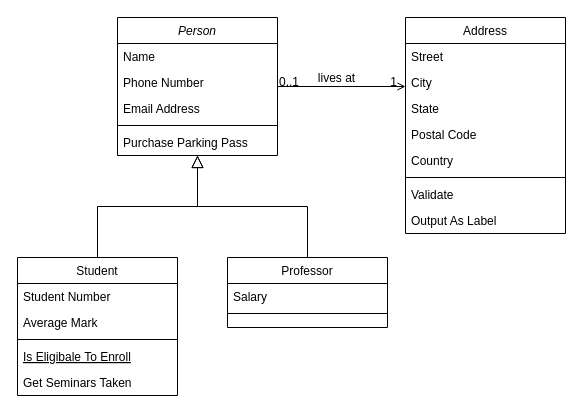
The draw.io diagram Untitled Diagram.drawio in cnthinkcode/UML, before the edit. Source tidied: cells renumbered, new cells numbered last; positions are measured from the earlier drawing's top-left corner, leaving out a move shared by most shapes. Both pictures are drawn from the tidied source at 100%, with x=0, y=0 at pixel (17, 17).
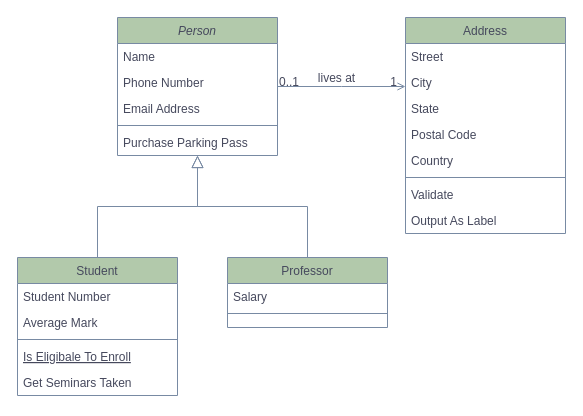
Above is the later version.

Change to the diagram source:
```diff
@@
-    <mxCell id="2" value="Person" style="swimlane;fontStyle=2;align=center;verticalAlign=top;horizontal=1;startSize=26;rounded=0;shadow=0;strokeWidth=1;" parent="1" vertex="1">
+    <mxCell id="2" value="Person" style="swimlane;fontStyle=2;align=center;verticalAlign=top;horizontal=1;startSize=26;rounded=0;shadow=0;strokeWidth=1;fillColor=#B2C9AB;strokeColor=#788AA3;fontColor=#46495D;" parent="1" vertex="1">
       <mxGeometry x="100" width="160" height="138" as="geometry" />
     </mxCell>
-    <mxCell id="3" value="Name" style="text;align=left;verticalAlign=top;spacingLeft=4;spacingRight=4;overflow=hidden;" parent="2" vertex="1">
+    <mxCell id="3" value="Name" style="text;align=left;verticalAlign=top;spacingLeft=4;spacingRight=4;overflow=hidden;fontColor=#46495D;" parent="2" vertex="1">
       <mxGeometry y="26" width="160" height="26" as="geometry" />
     </mxCell>
-    <mxCell id="4" value="Phone Number" style="text;align=left;verticalAlign=top;spacingLeft=4;spacingRight=4;overflow=hidden;rounded=0;shadow=0;html=0;" parent="2" vertex="1">
+    <mxCell id="4" value="Phone Number" style="text;align=left;verticalAlign=top;spacingLeft=4;spacingRight=4;overflow=hidden;rounded=0;shadow=0;html=0;fontColor=#46495D;" parent="2" vertex="1">
       <mxGeometry y="52" width="160" height="26" as="geometry" />
     </mxCell>
-    <mxCell id="5" value="Email Address" style="text;align=left;verticalAlign=top;spacingLeft=4;spacingRight=4;overflow=hidden;rounded=0;shadow=0;html=0;" parent="2" vertex="1">
+    <mxCell id="5" value="Email Address" style="text;align=left;verticalAlign=top;spacingLeft=4;spacingRight=4;overflow=hidden;rounded=0;shadow=0;html=0;fontColor=#46495D;" parent="2" vertex="1">
       <mxGeometry y="78" width="160" height="26" as="geometry" />
     </mxCell>
-    <mxCell id="6" style="line;html=1;strokeWidth=1;align=left;verticalAlign=middle;spacingTop=-1;spacingLeft=3;spacingRight=3;labelPosition=right;" parent="2" vertex="1">
+    <mxCell id="6" style="line;html=1;strokeWidth=1;align=left;verticalAlign=middle;spacingTop=-1;spacingLeft=3;spacingRight=3;labelPosition=right;fillColor=#B2C9AB;strokeColor=#788AA3;fontColor=#46495D;" parent="2" vertex="1">
       <mxGeometry y="104" width="160" height="8" as="geometry" />
     </mxCell>
-    <mxCell id="7" value="Purchase Parking Pass" style="text;align=left;verticalAlign=top;spacingLeft=4;spacingRight=4;overflow=hidden;" parent="2" vertex="1">
+    <mxCell id="7" value="Purchase Parking Pass" style="text;align=left;verticalAlign=top;spacingLeft=4;spacingRight=4;overflow=hidden;fontColor=#46495D;" parent="2" vertex="1">
       <mxGeometry y="112" width="160" height="26" as="geometry" />
     </mxCell>
-    <mxCell id="8" value="Student" style="swimlane;fontStyle=0;align=center;verticalAlign=top;horizontal=1;startSize=26;rounded=0;shadow=0;strokeWidth=1;" parent="1" vertex="1">
+    <mxCell id="8" value="Student" style="swimlane;fontStyle=0;align=center;verticalAlign=top;horizontal=1;startSize=26;rounded=0;shadow=0;strokeWidth=1;fillColor=#B2C9AB;strokeColor=#788AA3;fontColor=#46495D;" parent="1" vertex="1">
       <mxGeometry y="240" width="160" height="138" as="geometry" />
     </mxCell>
-    <mxCell id="9" value="Student Number" style="text;align=left;verticalAlign=top;spacingLeft=4;spacingRight=4;overflow=hidden;" parent="8" vertex="1">
+    <mxCell id="9" value="Student Number" style="text;align=left;verticalAlign=top;spacingLeft=4;spacingRight=4;overflow=hidden;fontColor=#46495D;" parent="8" vertex="1">
       <mxGeometry y="26" width="160" height="26" as="geometry" />
     </mxCell>
-    <mxCell id="10" value="Average Mark" style="text;align=left;verticalAlign=top;spacingLeft=4;spacingRight=4;overflow=hidden;rounded=0;shadow=0;html=0;" parent="8" vertex="1">
+    <mxCell id="10" value="Average Mark" style="text;align=left;verticalAlign=top;spacingLeft=4;spacingRight=4;overflow=hidden;rounded=0;shadow=0;html=0;fontColor=#46495D;" parent="8" vertex="1">
       <mxGeometry y="52" width="160" height="26" as="geometry" />
     </mxCell>
-    <mxCell id="11" style="line;html=1;strokeWidth=1;align=left;verticalAlign=middle;spacingTop=-1;spacingLeft=3;spacingRight=3;labelPosition=right;" parent="8" vertex="1">
+    <mxCell id="11" style="line;html=1;strokeWidth=1;align=left;verticalAlign=middle;spacingTop=-1;spacingLeft=3;spacingRight=3;labelPosition=right;fillColor=#B2C9AB;strokeColor=#788AA3;fontColor=#46495D;" parent="8" vertex="1">
       <mxGeometry y="78" width="160" height="8" as="geometry" />
     </mxCell>
-    <mxCell id="12" value="Is Eligibale To Enroll" style="text;align=left;verticalAlign=top;spacingLeft=4;spacingRight=4;overflow=hidden;fontStyle=4;" parent="8" vertex="1">
+    <mxCell id="12" value="Is Eligibale To Enroll" style="text;align=left;verticalAlign=top;spacingLeft=4;spacingRight=4;overflow=hidden;fontStyle=4;fontColor=#46495D;" parent="8" vertex="1">
       <mxGeometry y="86" width="160" height="26" as="geometry" />
     </mxCell>
-    <mxCell id="13" value="Get Seminars Taken" style="text;align=left;verticalAlign=top;spacingLeft=4;spacingRight=4;overflow=hidden;" parent="8" vertex="1">
+    <mxCell id="13" value="Get Seminars Taken" style="text;align=left;verticalAlign=top;spacingLeft=4;spacingRight=4;overflow=hidden;fontColor=#46495D;" parent="8" vertex="1">
       <mxGeometry y="112" width="160" height="26" as="geometry" />
     </mxCell>
-    <mxCell id="14" style="endArrow=block;endSize=10;endFill=0;shadow=0;strokeWidth=1;rounded=0;edgeStyle=elbowEdgeStyle;elbow=vertical;" parent="1" edge="1" source="8" target="2">
+    <mxCell id="14" style="endArrow=block;endSize=10;endFill=0;shadow=0;strokeWidth=1;rounded=0;edgeStyle=elbowEdgeStyle;elbow=vertical;strokeColor=#788AA3;fontColor=#46495D;" parent="1" edge="1" source="8" target="2">
       <mxGeometry relative="1" as="geometry" />
     </mxCell>
-    <mxCell id="15" value="Professor" style="swimlane;fontStyle=0;align=center;verticalAlign=top;horizontal=1;startSize=26;rounded=0;shadow=0;strokeWidth=1;" parent="1" vertex="1">
+    <mxCell id="15" value="Professor" style="swimlane;fontStyle=0;align=center;verticalAlign=top;horizontal=1;startSize=26;rounded=0;shadow=0;strokeWidth=1;fillColor=#B2C9AB;strokeColor=#788AA3;fontColor=#46495D;" parent="1" vertex="1">
       <mxGeometry x="210" y="240" width="160" height="70" as="geometry" />
     </mxCell>
-    <mxCell id="16" value="Salary" style="text;align=left;verticalAlign=top;spacingLeft=4;spacingRight=4;overflow=hidden;" parent="15" vertex="1">
+    <mxCell id="16" value="Salary" style="text;align=left;verticalAlign=top;spacingLeft=4;spacingRight=4;overflow=hidden;fontColor=#46495D;" parent="15" vertex="1">
       <mxGeometry y="26" width="160" height="26" as="geometry" />
     </mxCell>
-    <mxCell id="17" style="line;html=1;strokeWidth=1;align=left;verticalAlign=middle;spacingTop=-1;spacingLeft=3;spacingRight=3;labelPosition=right;" parent="15" vertex="1">
+    <mxCell id="17" style="line;html=1;strokeWidth=1;align=left;verticalAlign=middle;spacingTop=-1;spacingLeft=3;spacingRight=3;labelPosition=right;fillColor=#B2C9AB;strokeColor=#788AA3;fontColor=#46495D;" parent="15" vertex="1">
       <mxGeometry y="52" width="160" height="8" as="geometry" />
     </mxCell>
-    <mxCell id="18" style="endArrow=block;endSize=10;endFill=0;shadow=0;strokeWidth=1;rounded=0;edgeStyle=elbowEdgeStyle;elbow=vertical;" parent="1" edge="1" source="15" target="2">
+    <mxCell id="18" style="endArrow=block;endSize=10;endFill=0;shadow=0;strokeWidth=1;rounded=0;edgeStyle=elbowEdgeStyle;elbow=vertical;strokeColor=#788AA3;fontColor=#46495D;" parent="1" edge="1" source="15" target="2">
       <mxGeometry relative="1" as="geometry" />
     </mxCell>
-    <mxCell id="19" value="Address" style="swimlane;fontStyle=0;align=center;verticalAlign=top;horizontal=1;startSize=26;rounded=0;shadow=0;strokeWidth=1;" parent="1" vertex="1">
+    <mxCell id="19" value="Address" style="swimlane;fontStyle=0;align=center;verticalAlign=top;horizontal=1;startSize=26;rounded=0;shadow=0;strokeWidth=1;fillColor=#B2C9AB;strokeColor=#788AA3;fontColor=#46495D;" parent="1" vertex="1">
       <mxGeometry x="388" width="160" height="216" as="geometry" />
     </mxCell>
-    <mxCell id="20" value="Street" style="text;align=left;verticalAlign=top;spacingLeft=4;spacingRight=4;overflow=hidden;" parent="19" vertex="1">
+    <mxCell id="20" value="Street" style="text;align=left;verticalAlign=top;spacingLeft=4;spacingRight=4;overflow=hidden;fontColor=#46495D;" parent="19" vertex="1">
       <mxGeometry y="26" width="160" height="26" as="geometry" />
     </mxCell>
-    <mxCell id="21" value="City" style="text;align=left;verticalAlign=top;spacingLeft=4;spacingRight=4;overflow=hidden;rounded=0;shadow=0;html=0;" parent="19" vertex="1">
+    <mxCell id="21" value="City" style="text;align=left;verticalAlign=top;spacingLeft=4;spacingRight=4;overflow=hidden;rounded=0;shadow=0;html=0;fontColor=#46495D;" parent="19" vertex="1">
       <mxGeometry y="52" width="160" height="26" as="geometry" />
     </mxCell>
-    <mxCell id="22" value="State" style="text;align=left;verticalAlign=top;spacingLeft=4;spacingRight=4;overflow=hidden;rounded=0;shadow=0;html=0;" parent="19" vertex="1">
+    <mxCell id="22" value="State" style="text;align=left;verticalAlign=top;spacingLeft=4;spacingRight=4;overflow=hidden;rounded=0;shadow=0;html=0;fontColor=#46495D;" parent="19" vertex="1">
       <mxGeometry y="78" width="160" height="26" as="geometry" />
     </mxCell>
-    <mxCell id="23" value="Postal Code" style="text;align=left;verticalAlign=top;spacingLeft=4;spacingRight=4;overflow=hidden;rounded=0;shadow=0;html=0;" parent="19" vertex="1">
+    <mxCell id="23" value="Postal Code" style="text;align=left;verticalAlign=top;spacingLeft=4;spacingRight=4;overflow=hidden;rounded=0;shadow=0;html=0;fontColor=#46495D;" parent="19" vertex="1">
       <mxGeometry y="104" width="160" height="26" as="geometry" />
     </mxCell>
-    <mxCell id="24" value="Country" style="text;align=left;verticalAlign=top;spacingLeft=4;spacingRight=4;overflow=hidden;rounded=0;shadow=0;html=0;" parent="19" vertex="1">
+    <mxCell id="24" value="Country" style="text;align=left;verticalAlign=top;spacingLeft=4;spacingRight=4;overflow=hidden;rounded=0;shadow=0;html=0;fontColor=#46495D;" parent="19" vertex="1">
       <mxGeometry y="130" width="160" height="26" as="geometry" />
     </mxCell>
-    <mxCell id="25" style="line;html=1;strokeWidth=1;align=left;verticalAlign=middle;spacingTop=-1;spacingLeft=3;spacingRight=3;labelPosition=right;" parent="19" vertex="1">
+    <mxCell id="25" style="line;html=1;strokeWidth=1;align=left;verticalAlign=middle;spacingTop=-1;spacingLeft=3;spacingRight=3;labelPosition=right;fillColor=#B2C9AB;strokeColor=#788AA3;fontColor=#46495D;" parent="19" vertex="1">
       <mxGeometry y="156" width="160" height="8" as="geometry" />
     </mxCell>
-    <mxCell id="26" value="Validate" style="text;align=left;verticalAlign=top;spacingLeft=4;spacingRight=4;overflow=hidden;" parent="19" vertex="1">
+    <mxCell id="26" value="Validate" style="text;align=left;verticalAlign=top;spacingLeft=4;spacingRight=4;overflow=hidden;fontColor=#46495D;" parent="19" vertex="1">
       <mxGeometry y="164" width="160" height="26" as="geometry" />
     </mxCell>
-    <mxCell id="27" value="Output As Label" style="text;align=left;verticalAlign=top;spacingLeft=4;spacingRight=4;overflow=hidden;" parent="19" vertex="1">
+    <mxCell id="27" value="Output As Label" style="text;align=left;verticalAlign=top;spacingLeft=4;spacingRight=4;overflow=hidden;fontColor=#46495D;" parent="19" vertex="1">
       <mxGeometry y="190" width="160" height="26" as="geometry" />
     </mxCell>
-    <mxCell id="28" style="endArrow=open;shadow=0;strokeWidth=1;rounded=0;endFill=1;edgeStyle=elbowEdgeStyle;elbow=vertical;" parent="1" edge="1" source="2" target="19">
+    <mxCell id="28" style="endArrow=open;shadow=0;strokeWidth=1;rounded=0;endFill=1;edgeStyle=elbowEdgeStyle;elbow=vertical;strokeColor=#788AA3;fontColor=#46495D;" parent="1" edge="1" source="2" target="19">
       <mxGeometry x="0.5" y="41" relative="1" as="geometry">
         <mxPoint x="-40" y="32" as="offset" />
       </mxGeometry>
     </mxCell>
-    <mxCell id="29" value="0..1" style="align=left;verticalAlign=bottom;labelBackgroundColor=none;fontSize=12;" parent="28" vertex="1">
+    <mxCell id="29" value="0..1" style="align=left;verticalAlign=bottom;labelBackgroundColor=none;fontSize=12;fillColor=#B2C9AB;strokeColor=#788AA3;fontColor=#46495D;" parent="28" vertex="1">
       <mxGeometry x="-1" relative="1" as="geometry">
         <mxPoint y="4" as="offset" />
       </mxGeometry>
     </mxCell>
-    <mxCell id="30" value="1" style="align=right;verticalAlign=bottom;labelBackgroundColor=none;fontSize=12;" parent="28" vertex="1">
+    <mxCell id="30" value="1" style="align=right;verticalAlign=bottom;labelBackgroundColor=none;fontSize=12;fillColor=#B2C9AB;strokeColor=#788AA3;fontColor=#46495D;" parent="28" vertex="1">
       <mxGeometry x="1" relative="1" as="geometry">
         <mxPoint x="-7" y="4" as="offset" />
       </mxGeometry>
     </mxCell>
-    <mxCell id="31" value="lives at" style="text;html=1;align=center;verticalAlign=middle;labelBackgroundColor=none;rounded=0;shadow=0;strokeWidth=1;fontSize=12;" parent="28" vertex="1">
+    <mxCell id="31" value="lives at" style="text;html=1;align=center;verticalAlign=middle;labelBackgroundColor=none;rounded=0;shadow=0;strokeWidth=1;fontSize=12;fontColor=#46495D;" parent="28" vertex="1">
       <mxGeometry x="0.5" y="49" relative="1" as="geometry">
         <mxPoint x="-38" y="40" as="offset" />
       </mxGeometry>
     </mxCell>
```
